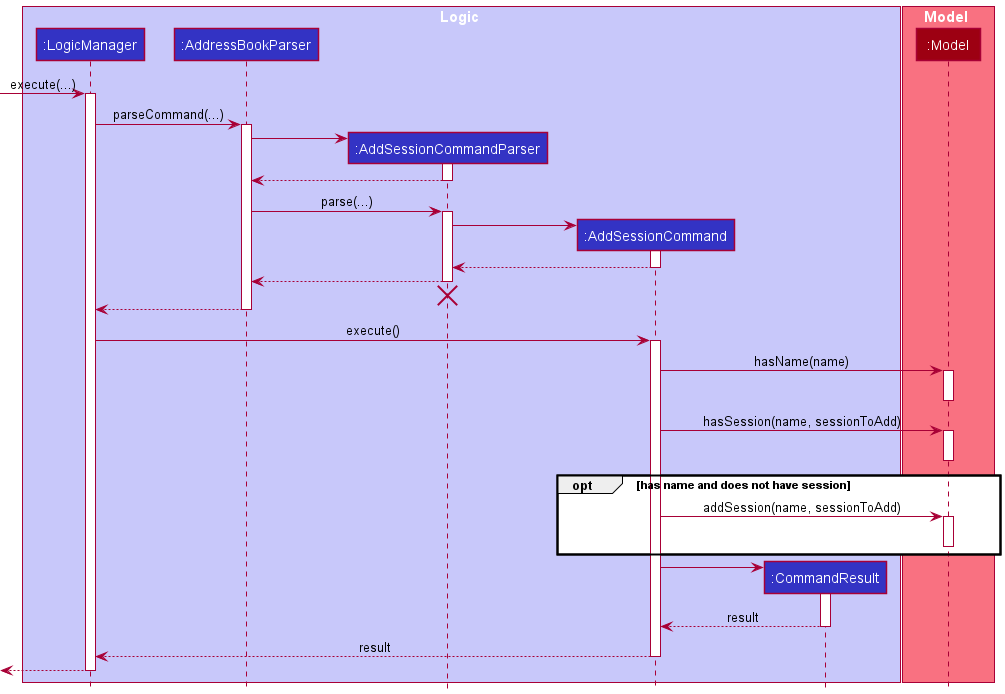
nus-cs2103-AY2021S2/tp keeps this PlantUML diagram as docs/images/junwei/AddSessionSequenceDiagram.png. Above is the earlier version. Its source is kept beside it as docs/diagrams/junwei/AddSessionSequenceDiagram.puml.
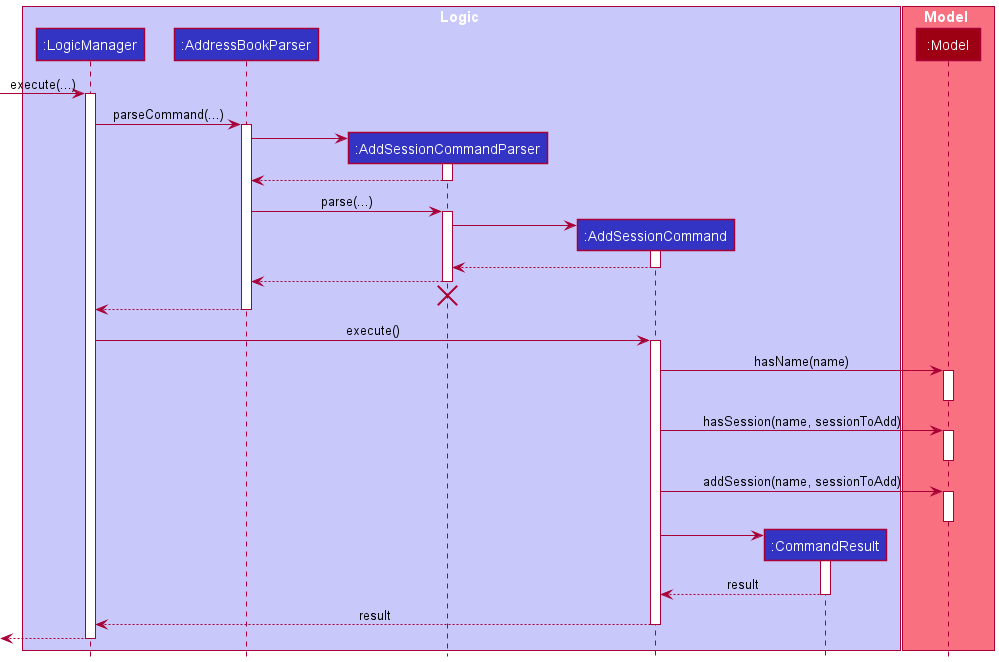
After the commit.

Commit message:
Remove opt block

The edit, as a diff of the source:
```diff
@@ -56,11 +56,9 @@
 activate Model
 deactivate Model
 
-opt has name and does not have session
 AddSessionCommand -> Model : addSession(name, sessionToAdd)
 activate Model
 deactivate Model
-end opt
 
 create CommandResult
 AddSessionCommand -> CommandResult
```
